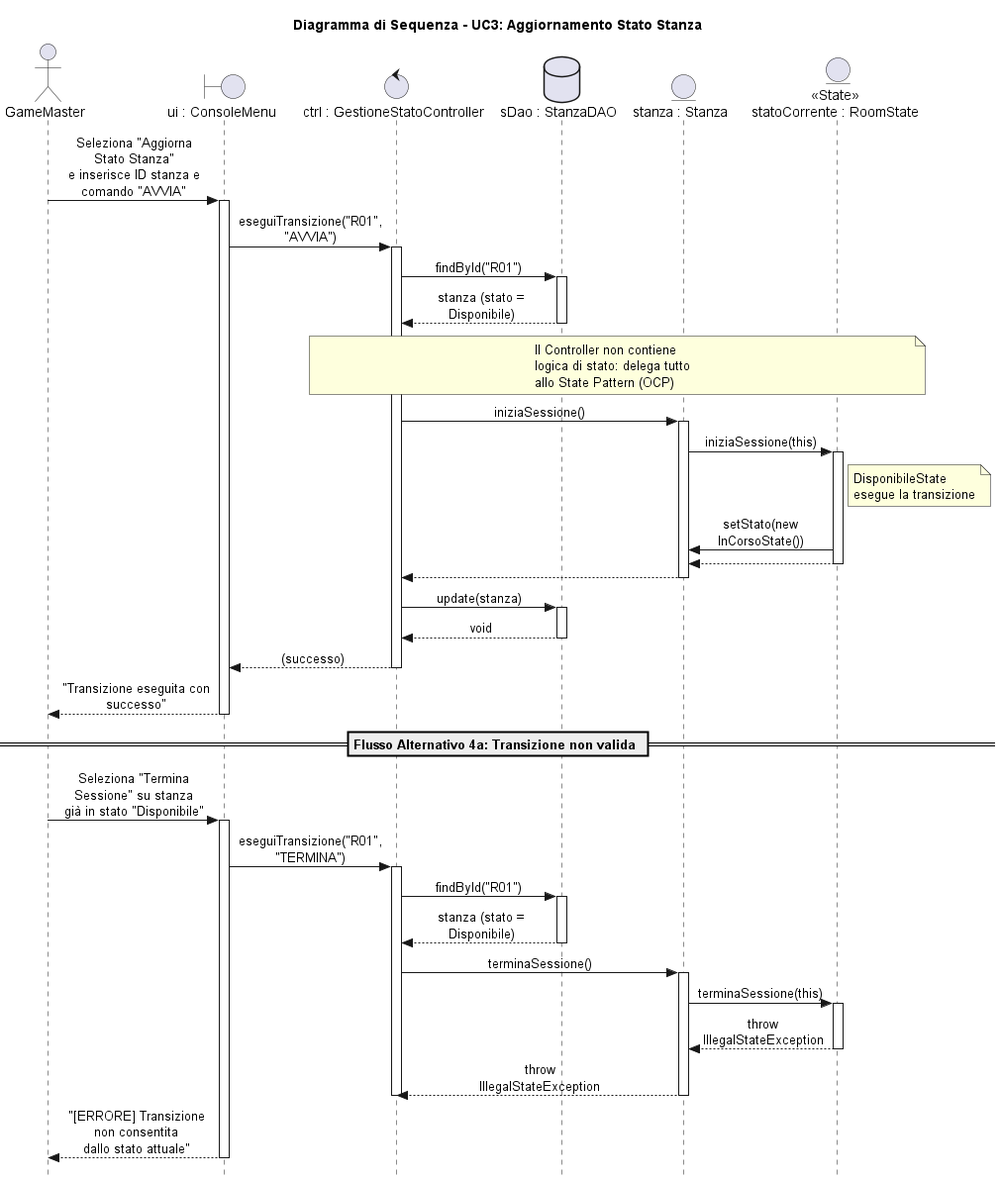
Above: LaTeX/images/sequence_gestione_stato.png in Adrycasta04/EscapeManager (PlantUML), before the change.
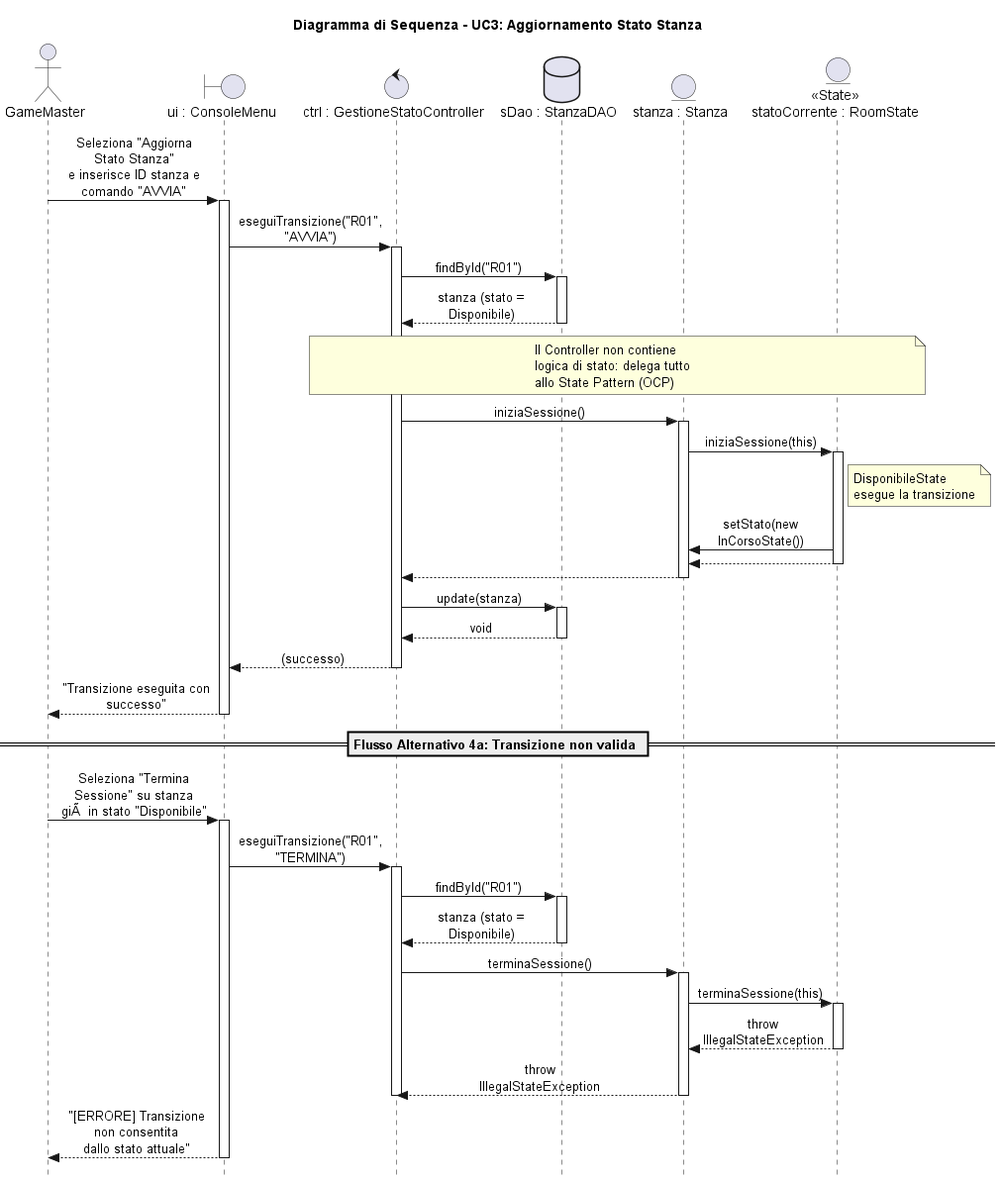
Later version of the same file.

Diff of the diagram source:
```diff
@@ -52,7 +52,7 @@
 
 == Flusso Alternativo 4a: Transizione non valida ==
 
-GM -> UI : Seleziona "Termina Sessione" su stanza\ngià in stato "Disponibile"
+GM -> UI : Seleziona "Termina Sessione" su stanza\ngiÃ  in stato "Disponibile"
 activate UI
 
 UI -> CTRL : eseguiTransizione("R01", "TERMINA")
```
